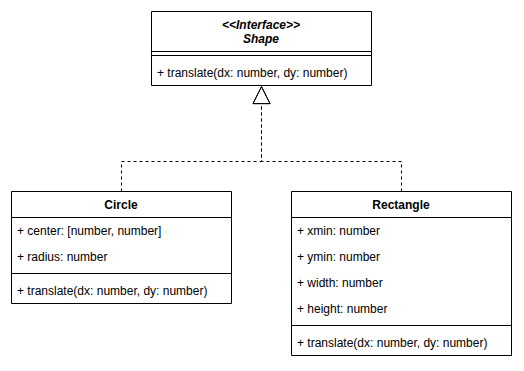
Above: docs/architecture/patrons-conception/creation/uml/UML_DP_ShapePrototype.drawio.png in mborne/mborne.github.io (draw.io), before the change. Source tidied: cells renumbered, new cells last; positions are measured from the earlier drawing's top-left corner, leaving out a move shared by most shapes.
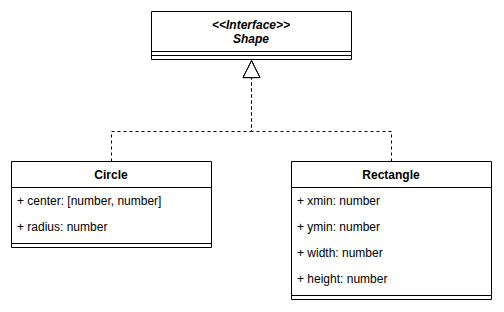
The same diagram one commit later.

Commit message:
docs(prototype): simplification du cas d'école

Le cas d'école porte désormais sur la simple duplication d'une forme
(duplicate) au lieu d'une copie translatée :

- suppression de translate() dans le code et les schémas UML pour se
  concentrer sur clone()
- la mise en garde sur la copie superficielle explique qu'une
  modification de la copie s'appliquerait aussi à l'original
- l'alternative des objets immuables ne s'appuie plus sur translate()

Change to the diagram source:
```diff
@@ -3,63 +3,54 @@
     <mxCell id="0" />
     <mxCell id="1" parent="0" />
     <mxCell id="2" value="&lt;&lt;Interface&gt;&gt;&#10;Shape" style="swimlane;fontStyle=3;align=center;verticalAlign=top;horizontal=1;startSize=40;" parent="1" vertex="1">
-      <mxGeometry x="140" width="220" height="74" as="geometry" />
+      <mxGeometry x="140" y="30" width="200" height="48" as="geometry" />
     </mxCell>
     <mxCell id="3" style="line;strokeWidth=1;fillColor=none;align=left;verticalAlign=middle;spacingTop=-1;spacingLeft=3;spacingRight=3;labelPosition=right;" parent="2" vertex="1">
-      <mxGeometry y="40" width="220" height="8" as="geometry" />
+      <mxGeometry y="40" width="200" height="8" as="geometry" />
     </mxCell>
-    <mxCell id="4" value="+ translate(dx: number, dy: number)" style="text;strokeColor=none;fillColor=none;align=left;verticalAlign=top;spacingLeft=4;spacingRight=4;overflow=hidden;" parent="2" vertex="1">
-      <mxGeometry y="48" width="220" height="26" as="geometry" />
-    </mxCell>
     <mxCell id="5" value="Circle" style="swimlane;fontStyle=1;align=center;verticalAlign=top;horizontal=1;startSize=26;" parent="1" vertex="1">
-      <mxGeometry y="180" width="220" height="112" as="geometry" />
+      <mxGeometry y="180" width="200" height="86" as="geometry" />
     </mxCell>
     <mxCell id="6" value="+ center: [number, number]" style="text;strokeColor=none;fillColor=none;align=left;verticalAlign=top;spacingLeft=4;spacingRight=4;overflow=hidden;" parent="5" vertex="1">
-      <mxGeometry y="26" width="220" height="26" as="geometry" />
+      <mxGeometry y="26" width="200" height="26" as="geometry" />
     </mxCell>
     <mxCell id="7" value="+ radius: number" style="text;strokeColor=none;fillColor=none;align=left;verticalAlign=top;spacingLeft=4;spacingRight=4;overflow=hidden;" parent="5" vertex="1">
-      <mxGeometry y="52" width="220" height="26" as="geometry" />
+      <mxGeometry y="52" width="200" height="26" as="geometry" />
     </mxCell>
     <mxCell id="8" style="line;strokeWidth=1;fillColor=none;align=left;verticalAlign=middle;spacingTop=-1;spacingLeft=3;spacingRight=3;labelPosition=right;" parent="5" vertex="1">
-      <mxGeometry y="78" width="220" height="8" as="geometry" />
+      <mxGeometry y="78" width="200" height="8" as="geometry" />
     </mxCell>
-    <mxCell id="9" value="+ translate(dx: number, dy: number)" style="text;strokeColor=none;fillColor=none;align=left;verticalAlign=top;spacingLeft=4;spacingRight=4;overflow=hidden;" parent="5" vertex="1">
-      <mxGeometry y="86" width="220" height="26" as="geometry" />
-    </mxCell>
     <mxCell id="10" value="Rectangle" style="swimlane;fontStyle=1;align=center;verticalAlign=top;horizontal=1;startSize=26;" parent="1" vertex="1">
-      <mxGeometry x="280" y="180" width="220" height="164" as="geometry" />
+      <mxGeometry x="280" y="180" width="200" height="138" as="geometry" />
     </mxCell>
     <mxCell id="11" value="+ xmin: number" style="text;strokeColor=none;fillColor=none;align=left;verticalAlign=top;spacingLeft=4;spacingRight=4;overflow=hidden;" parent="10" vertex="1">
-      <mxGeometry y="26" width="220" height="26" as="geometry" />
+      <mxGeometry y="26" width="200" height="26" as="geometry" />
     </mxCell>
     <mxCell id="12" value="+ ymin: number" style="text;strokeColor=none;fillColor=none;align=left;verticalAlign=top;spacingLeft=4;spacingRight=4;overflow=hidden;" parent="10" vertex="1">
-      <mxGeometry y="52" width="220" height="26" as="geometry" />
+      <mxGeometry y="52" width="200" height="26" as="geometry" />
     </mxCell>
     <mxCell id="13" value="+ width: number" style="text;strokeColor=none;fillColor=none;align=left;verticalAlign=top;spacingLeft=4;spacingRight=4;overflow=hidden;" parent="10" vertex="1">
-      <mxGeometry y="78" width="220" height="26" as="geometry" />
+      <mxGeometry y="78" width="200" height="26" as="geometry" />
     </mxCell>
     <mxCell id="14" value="+ height: number" style="text;strokeColor=none;fillColor=none;align=left;verticalAlign=top;spacingLeft=4;spacingRight=4;overflow=hidden;" parent="10" vertex="1">
-      <mxGeometry y="104" width="220" height="26" as="geometry" />
+      <mxGeometry y="104" width="200" height="26" as="geometry" />
     </mxCell>
     <mxCell id="15" style="line;strokeWidth=1;fillColor=none;align=left;verticalAlign=middle;spacingTop=-1;spacingLeft=3;spacingRight=3;labelPosition=right;" parent="10" vertex="1">
-      <mxGeometry y="130" width="220" height="8" as="geometry" />
+      <mxGeometry y="130" width="200" height="8" as="geometry" />
     </mxCell>
-    <mxCell id="16" value="+ translate(dx: number, dy: number)" style="text;strokeColor=none;fillColor=none;align=left;verticalAlign=top;spacingLeft=4;spacingRight=4;overflow=hidden;" parent="10" vertex="1">
-      <mxGeometry y="138" width="220" height="26" as="geometry" />
-    </mxCell>
     <mxCell id="17" style="endArrow=block;endSize=16;endFill=0;dashed=1;html=1;rounded=0;edgeStyle=orthogonalEdgeStyle;exitX=0.5;exitY=0;exitDx=0;exitDy=0;entryX=0.5;entryY=1;entryDx=0;entryDy=0;" parent="1" edge="1" source="5" target="2">
       <mxGeometry relative="1" as="geometry">
         <Array as="points">
-          <mxPoint x="110" y="150" />
-          <mxPoint x="250" y="150" />
+          <mxPoint x="100" y="150" />
+          <mxPoint x="240" y="150" />
         </Array>
       </mxGeometry>
     </mxCell>
     <mxCell id="18" style="endArrow=block;endSize=16;endFill=0;dashed=1;html=1;rounded=0;edgeStyle=orthogonalEdgeStyle;exitX=0.5;exitY=0;exitDx=0;exitDy=0;entryX=0.5;entryY=1;entryDx=0;entryDy=0;" parent="1" edge="1" source="10" target="2">
       <mxGeometry relative="1" as="geometry">
         <Array as="points">
-          <mxPoint x="390" y="150" />
-          <mxPoint x="250" y="150" />
+          <mxPoint x="380" y="150" />
+          <mxPoint x="240" y="150" />
         </Array>
       </mxGeometry>
     </mxCell>
```
